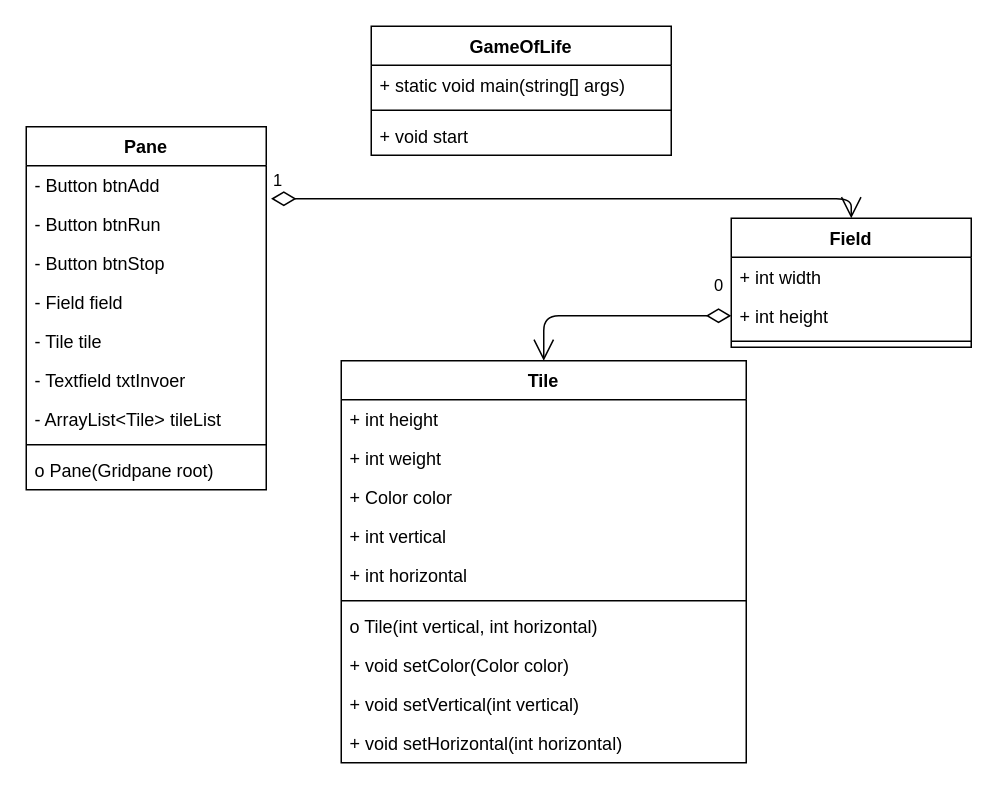
Before: GameOfLife4.drawio in chantalwiegand/Game_Of_Life, a draw.io diagram. Source tidied: cells renumbered, new cells numbered last; positions are measured from the earlier drawing's top-left corner, leaving out a move shared by most shapes. Both pictures are drawn from the tidied source at 150%, with x=0, y=0 at pixel (26, 26).
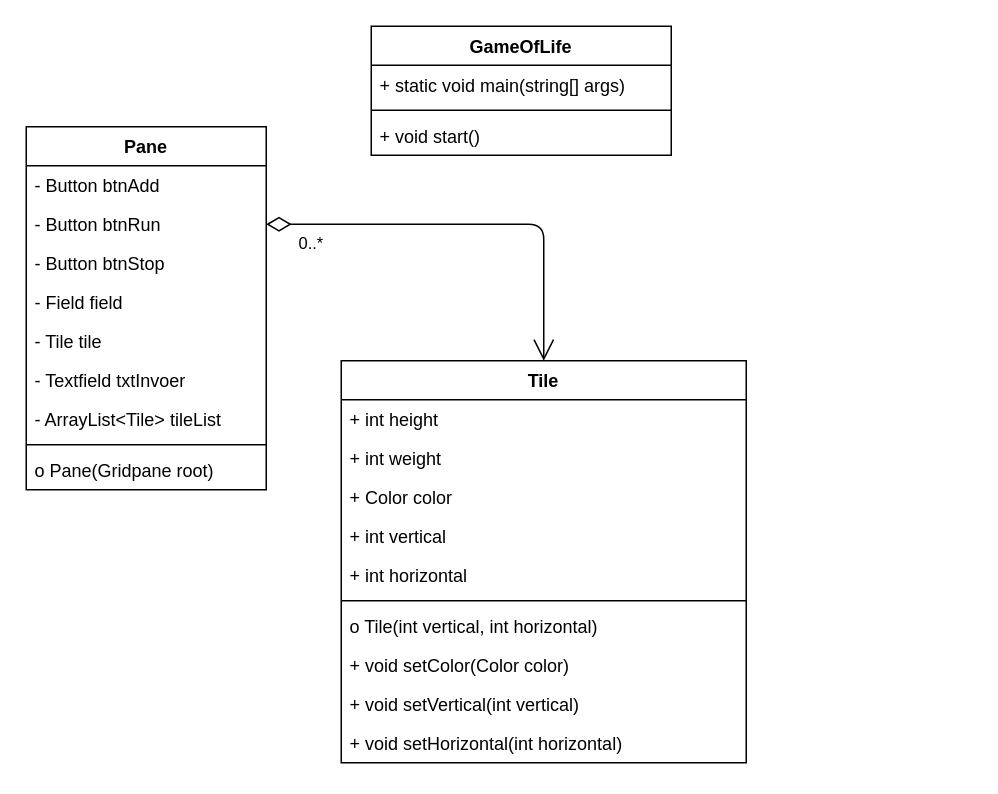
After the change.

Unchanged cells that the change refers to:
```xml
<mxCell id="2" value="Tile" style="swimlane;fontStyle=1;align=center;verticalAlign=top;horizontal=1;startSize=26;" parent="1" vertex="1">
  <mxGeometry x="210" y="223" width="270" height="268" as="geometry" />
</mxCell>
<mxCell id="14" value="- Button btnAdd" style="text;strokeColor=none;fillColor=none;align=left;verticalAlign=top;spacingLeft=4;spacingRight=4;overflow=hidden;points=[[0,0.5],[1,0.5]];portConstraint=eastwest;" parent="13" vertex="1">
  <mxGeometry y="26" width="160" height="26" as="geometry" />
</mxCell>
<mxCell id="15" value="- Button btnRun" style="text;strokeColor=none;fillColor=none;align=left;verticalAlign=top;spacingLeft=4;spacingRight=4;overflow=hidden;points=[[0,0.5],[1,0.5]];portConstraint=eastwest;" parent="13" vertex="1">
  <mxGeometry y="52" width="160" height="26" as="geometry" />
</mxCell>
<mxCell id="27" value="GameOfLife" style="swimlane;fontStyle=1;align=center;verticalAlign=top;horizontal=1;startSize=26;" parent="1" vertex="1">
  <mxGeometry x="230" width="200" height="86" as="geometry" />
</mxCell>
```

Diff of the diagram source:
```diff
@@
-    <mxCell id="23" value="Field" style="swimlane;fontStyle=1;align=center;verticalAlign=top;horizontal=1;startSize=26;" parent="1" vertex="1">
-      <mxGeometry x="470" y="128" width="160" height="86" as="geometry" />
-    </mxCell>
-    <mxCell id="24" value="+ int width" style="text;strokeColor=none;fillColor=none;align=left;verticalAlign=top;spacingLeft=4;spacingRight=4;overflow=hidden;" parent="23" vertex="1">
-      <mxGeometry y="26" width="160" height="26" as="geometry" />
-    </mxCell>
-    <mxCell id="25" value="+ int height" style="text;strokeColor=none;fillColor=none;align=left;verticalAlign=top;spacingLeft=4;spacingRight=4;overflow=hidden;points=[[0,0.5],[1,0.5]];portConstraint=eastwest;" parent="23" vertex="1">
-      <mxGeometry y="52" width="160" height="26" as="geometry" />
-    </mxCell>
-    <mxCell id="26" style="line;strokeWidth=1;fillColor=none;align=left;verticalAlign=middle;spacingTop=-1;spacingLeft=3;spacingRight=3;labelPosition=right;" parent="23" vertex="1">
-      <mxGeometry y="78" width="160" height="8" as="geometry" />
-    </mxCell>
@@
-    <mxCell id="30" value="+ void start" style="text;strokeColor=none;fillColor=none;align=left;verticalAlign=top;spacingLeft=4;spacingRight=4;overflow=hidden;" parent="27" vertex="1">
+    <mxCell id="30" value="+ void start()" style="text;strokeColor=none;fillColor=none;align=left;verticalAlign=top;spacingLeft=4;spacingRight=4;overflow=hidden;" parent="27" vertex="1">
       <mxGeometry y="60" width="200" height="26" as="geometry" />
     </mxCell>
-    <mxCell id="31" value="0" style="endArrow=open;html=1;endSize=12;startArrow=diamondThin;startSize=14;startFill=0;edgeStyle=orthogonalEdgeStyle;align=left;verticalAlign=bottom;" parent="1" edge="1" source="25" target="2">
-      <mxGeometry x="-0.83" y="-11" relative="1" as="geometry" />
+    <mxCell id="31" value="0..*" style="endArrow=open;html=1;endSize=12;startArrow=diamondThin;startSize=14;startFill=0;edgeStyle=orthogonalEdgeStyle;align=left;verticalAlign=bottom;exitX=1;exitY=0.5;exitDx=0;exitDy=0;" parent="1" edge="1" source="15" target="2">
+      <mxGeometry x="0.5" y="-165" relative="1" as="geometry" />
     </mxCell>
-    <mxCell id="32" value="1" style="endArrow=open;html=1;endSize=12;startArrow=diamondThin;startSize=14;startFill=0;edgeStyle=orthogonalEdgeStyle;align=left;verticalAlign=bottom;exitX=1.02;exitY=0.846;exitDx=0;exitDy=0;exitPerimeter=0;entryX=0.5;entryY=0;entryDx=0;entryDy=0;" parent="1" edge="1" source="14" target="23">
-      <mxGeometry x="-1" y="3" relative="1" as="geometry" />
-    </mxCell>
```
